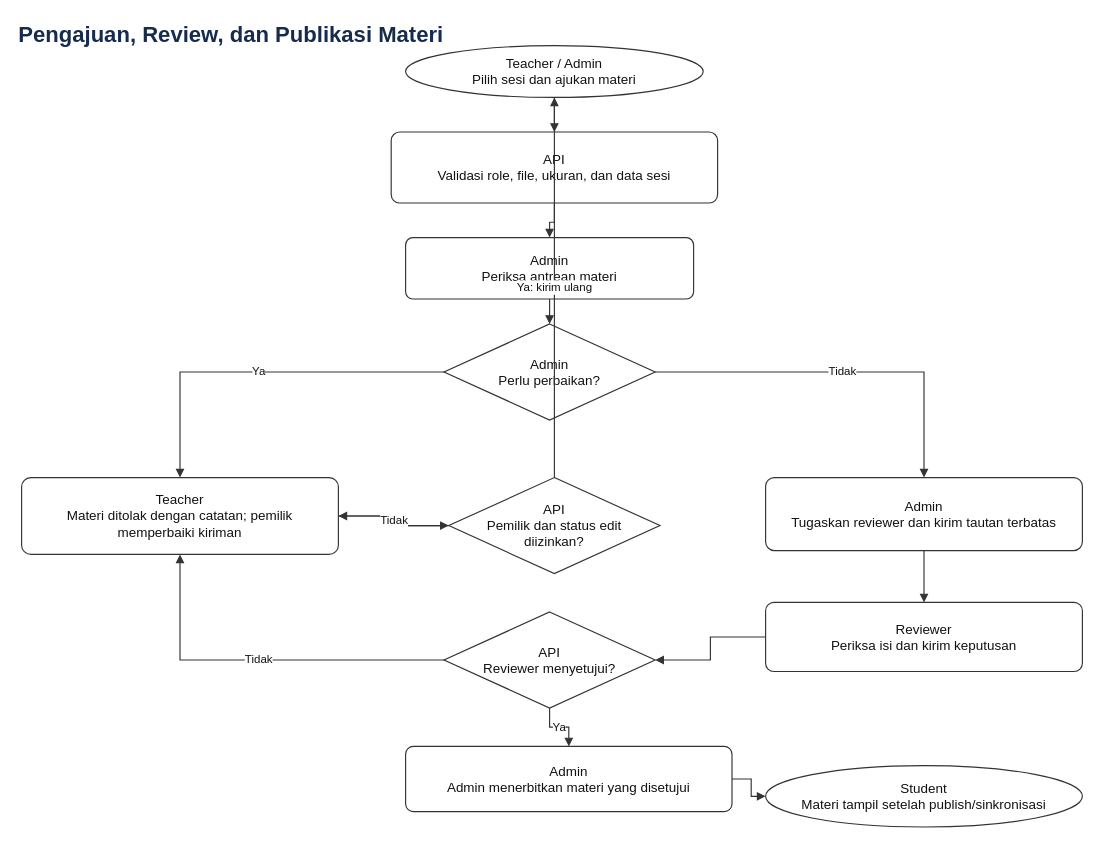
Earlier version of the draw.io diagram docs/diagrams/06-material-approval.drawio (ammarmfirdaus-hue/DENSO-LMS). Source tidied: cells renumbered, new cells numbered last; positions are measured from the earlier drawing's top-left corner, leaving out a move shared by most shapes. Both pictures are drawn from the tidied source at 96%, with x=0, y=0 at pixel (16, 16).
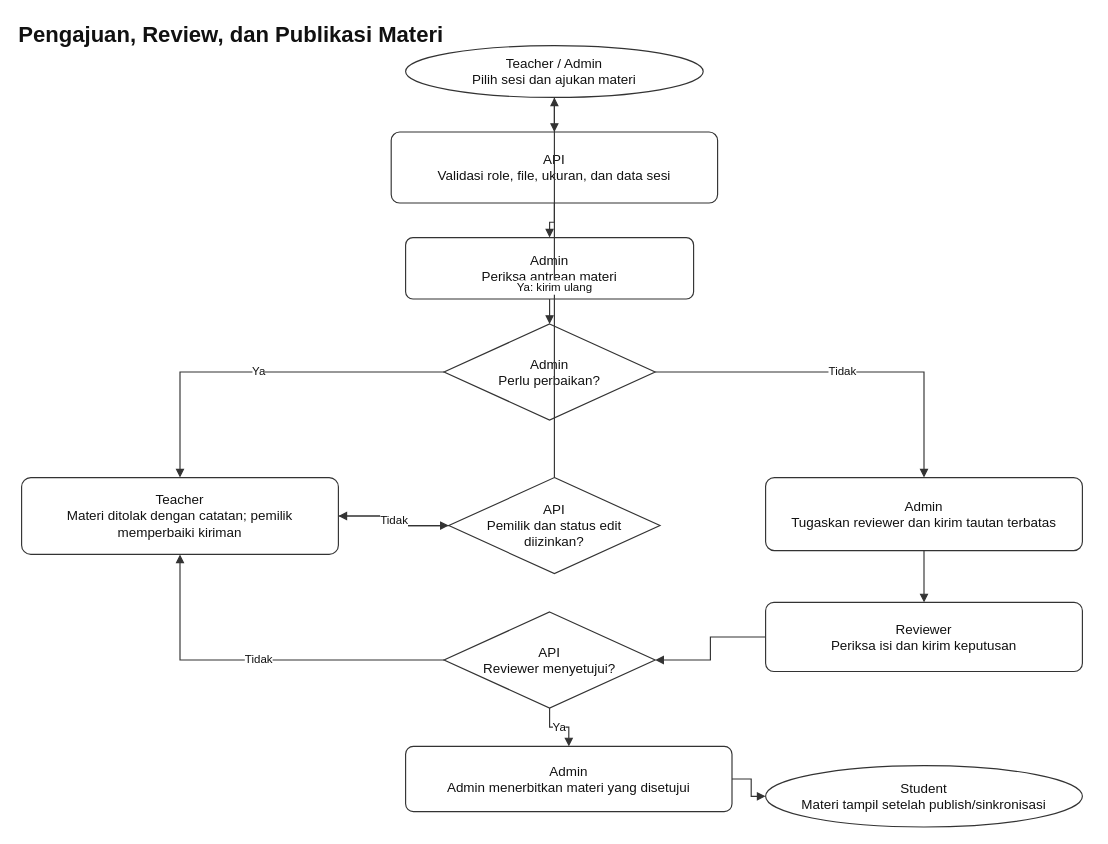
After the change.

The edit, as a diff of the source:
```diff
@@
-    <mxCell id="2" value="Pengajuan, Review, dan Publikasi Materi" style="text;html=1;align=left;verticalAlign=middle;whiteSpace=wrap;rounded=0;strokeColor=none;fillColor=none;fontSize=23;fontStyle=1;fontColor=#172b4d;" parent="1" vertex="1">
+    <mxCell id="2" value="Pengajuan, Review, dan Publikasi Materi" style="text;html=1;align=left;verticalAlign=middle;whiteSpace=wrap;rounded=0;strokeColor=none;fillColor=none;fontSize=23;fontStyle=1;fontColor=#111111;" parent="1" vertex="1">
       <mxGeometry width="1120" height="38" as="geometry" />
     </mxCell>
```
